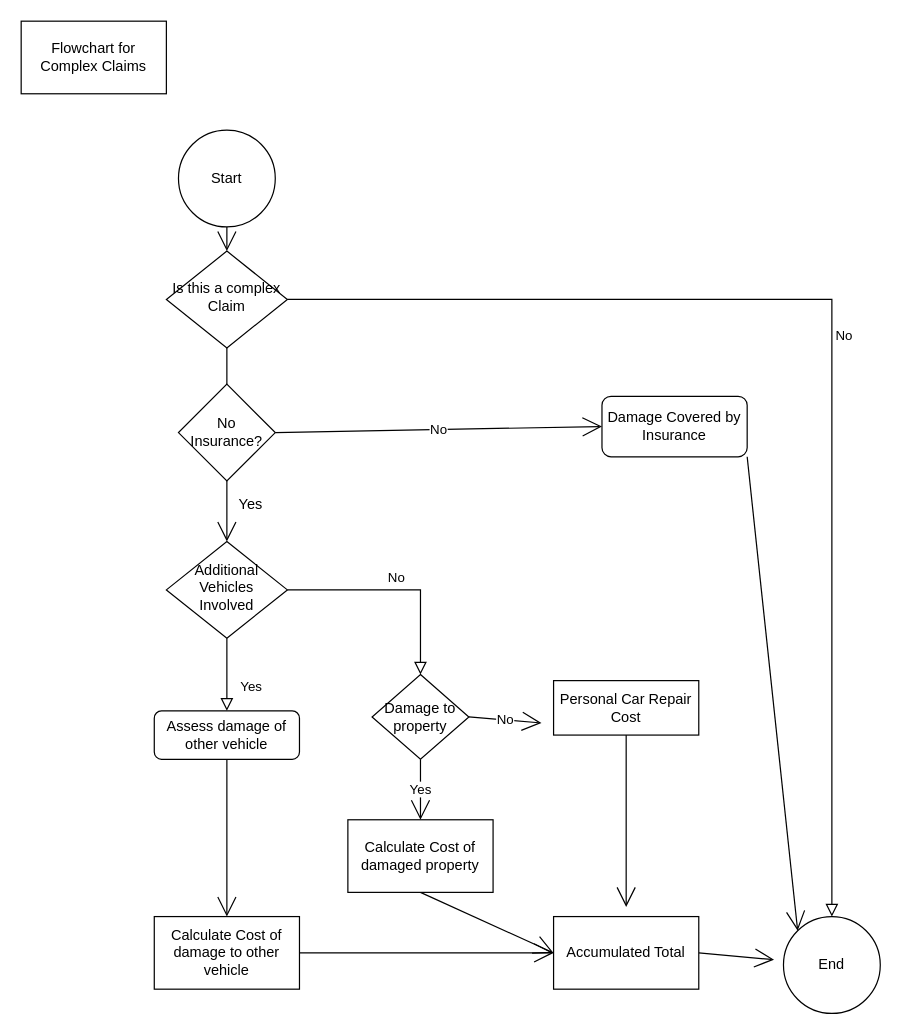
The draw.io diagram week1/Complex Claim Flow Chart.drawio in Darren-ODonnell/BusinessModellingDiagrams, before the edit. Source tidied: cells renumbered, new cells numbered last; positions are measured from the earlier drawing's top-left corner, leaving out a move shared by most shapes. Both pictures are drawn from the tidied source at 121%, with x=0, y=0 at pixel (21, 21).
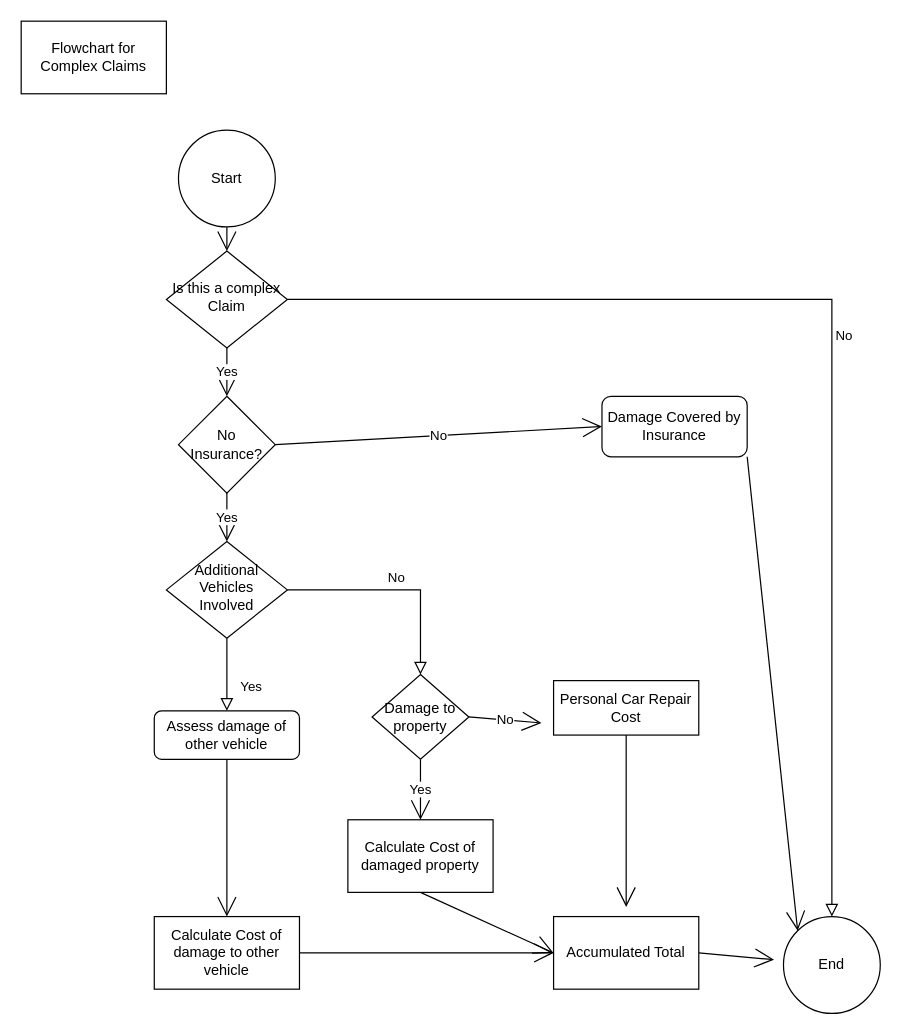
The same diagram, later.

The change refers to these unchanged cells:
```xml
<mxCell id="4" value="Is this a complex Claim" style="rhombus;whiteSpace=wrap;html=1;shadow=0;fontFamily=Helvetica;fontSize=12;align=center;strokeWidth=1;spacing=6;spacingTop=-4;" parent="1" vertex="1">
  <mxGeometry x="120" y="190" width="100" height="80" as="geometry" />
</mxCell>
<mxCell id="7" value="Additional Vehicles Involved" style="rhombus;whiteSpace=wrap;html=1;shadow=0;fontFamily=Helvetica;fontSize=12;align=center;strokeWidth=1;spacing=6;spacingTop=-4;" parent="1" vertex="1">
  <mxGeometry x="120" y="430" width="100" height="80" as="geometry" />
</mxCell>
```

Diff of the diagram source:
```diff
@@
-    <mxCell id="2" style="rounded=0;html=1;jettySize=auto;fontSize=11;endArrow=block;endFill=0;endSize=8;strokeWidth=1;shadow=0;labelBackgroundColor=none;edgeStyle=orthogonalEdgeStyle;" parent="1" edge="1" target="4">
-      <mxGeometry relative="1" as="geometry">
-        <mxPoint x="170" y="260" as="sourcePoint" />
-      </mxGeometry>
-    </mxCell>
@@
+    <mxCell id="28" value="Yes" style="edgeStyle=none;curved=1;rounded=0;jettySize=auto;html=1;exitX=0.5;exitY=1;exitDx=0;exitDy=0;entryX=0.5;entryY=0;entryDx=0;entryDy=0;endArrow=open;startSize=14;endSize=14;sourcePerimeterSpacing=8;targetPerimeterSpacing=8;" parent="1" edge="1" source="4" target="26">
+      <mxGeometry relative="1" as="geometry" />
+    </mxCell>
@@
-    <mxCell id="24" style="edgeStyle=none;curved=1;rounded=0;jettySize=auto;html=1;exitX=0.5;exitY=1;exitDx=0;exitDy=0;entryX=0.5;entryY=0;entryDx=0;entryDy=0;endArrow=open;startSize=14;endSize=14;sourcePerimeterSpacing=8;targetPerimeterSpacing=8;" parent="1" edge="1" source="26" target="7">
+    <mxCell id="24" value="Yes" style="edgeStyle=none;curved=1;rounded=0;jettySize=auto;html=1;exitX=0.5;exitY=1;exitDx=0;exitDy=0;entryX=0.5;entryY=0;entryDx=0;entryDy=0;endArrow=open;startSize=14;endSize=14;sourcePerimeterSpacing=8;targetPerimeterSpacing=8;" parent="1" edge="1" source="26" target="7">
       <mxGeometry relative="1" as="geometry" />
     </mxCell>
@@
     <mxCell id="26" value="No Insurance?" style="rhombus;whiteSpace=wrap;html=1;hachureGap=4;" parent="1" vertex="1">
-      <mxGeometry x="130" y="300" width="80" height="80" as="geometry" />
+      <mxGeometry x="130" y="310" width="80" height="80" as="geometry" />
     </mxCell>
-    <mxCell id="27" style="rounded=0;html=1;jettySize=auto;fontSize=11;endArrow=none;endFill=0;endSize=8;strokeWidth=1;shadow=0;labelBackgroundColor=none;edgeStyle=orthogonalEdgeStyle;" parent="1" edge="1" source="4" target="26">
-      <mxGeometry y="20" relative="1" as="geometry" />
-    </mxCell>
-    <mxCell id="28" value="Yes" style="text;html=1;strokeColor=none;fillColor=none;align=center;verticalAlign=middle;whiteSpace=wrap;rounded=0;hachureGap=4;" parent="1" vertex="1">
-      <mxGeometry x="170" y="390" width="40" height="20" as="geometry" />
-    </mxCell>
```
